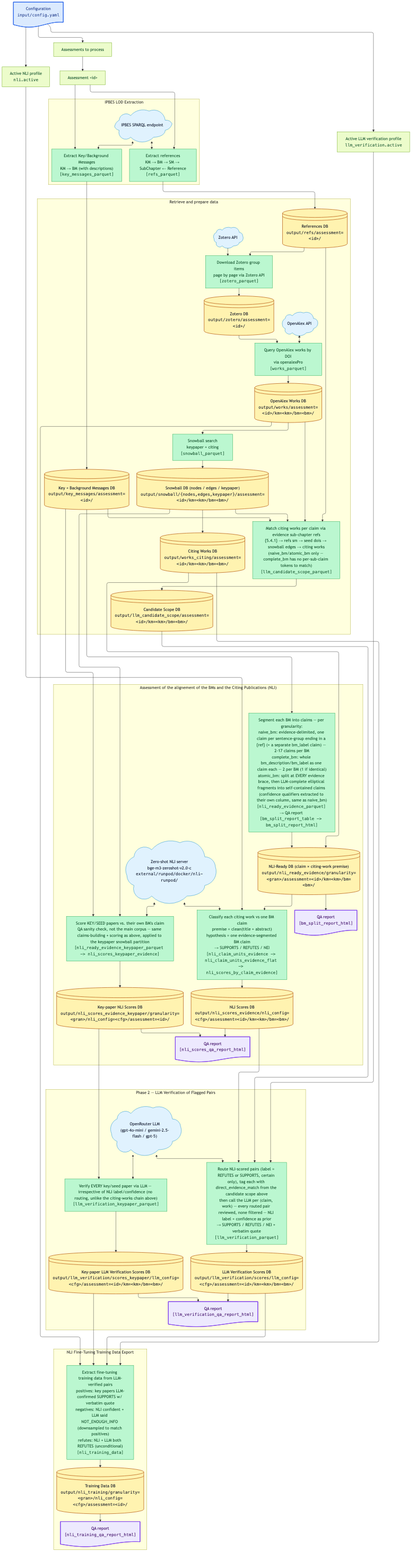
IPBES-Data/IPBES_Knowledge_Discovery keeps this Mermaid diagram as output/figures/workflow_nli.png. Above is the earlier version. Its source is kept beside it as input/mmd/workflow_nli.mmd.
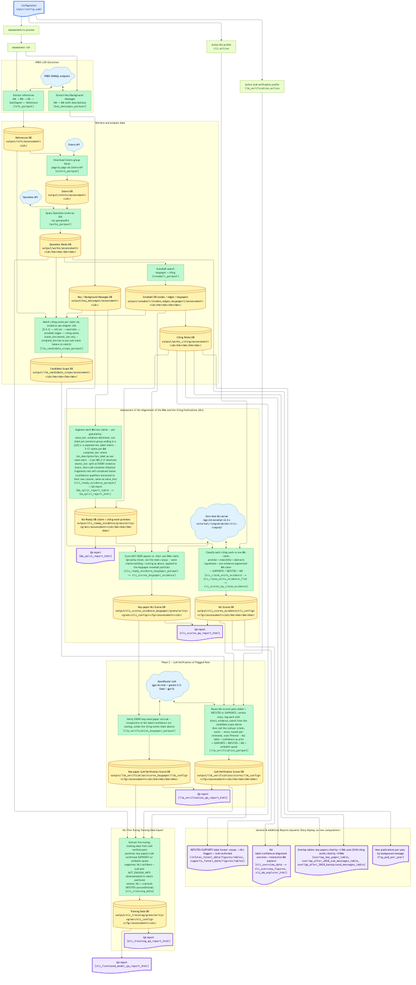
After the change.

Diff of the diagram source:
```diff
@@ -149,6 +149,64 @@
 
   llm_verification --> training_export
 
+  qa_finetuned@{ shape: doc, label: "QA report<br/><tt>[nli_finetuned_model_qa_report_html]</tt>" }
+  training_db --> qa_finetuned
+
+  subgraph general_reports["General & Additional Reports (dynamic Shiny display, no new computation)"]
+    direction TB
+
+    report_overview@{ shape: doc, label: "NLI label/confidence/alignment overview + interactive BM explorer<br/><tt>[nli_overview_data -> nli_overview_figures, nli_bm_explorer_html]</tt>" }
+    report_overlap@{ shape: doc, label: "Overlap tables: key papers cited by >1 BM; post-2018 citing works cited by >5 BMs<br/><tt>[overlap_key_paper_table, overlap_after_2018_sub_messages_table, overlap_after_2018_background_messages_table]</tt>" }
+    report_pub_year@{ shape: doc, label: "New publications per year, by background message<br/><tt>[fig_pub_per_year]</tt>" }
+    report_funnel@{ shape: doc, label: "REFUTES/SUPPORTS label funnel: corpus -&gt; NLI-flagged -&gt; LLM-confirmed<br/><tt>[refutes_funnel_data/figures/tables, supports_funnel_data/figures/tables]</tt>" }
+  end
+
+  nli_scores_db --> report_overview
+  citing_db --> report_overview
+  works_db --> report_overlap
+  citing_db --> report_overlap
+  citing_db --> report_pub_year
+  nli_scores_db --> report_funnel
+  llm_scores_db --> report_funnel
+
+  click refs_db href "#!refs_db" "References DB"
+  click key_messages_db href "#!key_messages_db" "Key + Background Messages DB"
+  click zotero_db href "#!zotero_db" "Zotero DB"
+  click works_db href "#!works_db" "OpenAlex Works DB"
+  click citing_db href "#!citing_db" "Citing Works DB"
+  click snowball_db href "#!snowball_db" "Snowball DB"
+  click llm_scope_db href "#!llm_scope_db" "Candidate Scope DB"
+  click nli_ready_db href "#!nli_ready_db" "NLI-Ready DB"
+  click nli_scores_db href "#!nli_scores_db" "NLI Scores DB"
+  click nli_scores_kp_db href "#!nli_scores_kp_db" "Key-paper NLI Scores DB"
+  click llm_scores_db href "#!llm_scores_db" "LLM Verification Scores DB"
+  click llm_scores_kp_db href "#!llm_scores_kp_db" "Key-paper LLM Verification Scores DB"
+  click training_db href "#!training_db" "Training Data DB"
+
+  click build_refs href "#!build_refs" "Extract references"
+  click build_key_messages href "#!build_key_messages" "Extract Key/Background Messages"
+  click download_zotero href "#!download_zotero" "Download Zotero group items"
+  click download_works href "#!download_works" "Query OpenAlex works by DOI"
+  click snowball href "#!snowball" "Snowball search"
+  click llm_scope href "#!llm_scope" "Match citing works per claim"
+  click nli_segment href "#!nli_segment" "Segment each BM into claims"
+  click nli_scoring href "#!nli_scoring" "Classify each citing work vs one BM claim"
+  click nli_keypaper_scoring href "#!nli_keypaper_scoring" "Score key/seed papers vs their own BM"
+  click llm_verify href "#!llm_verify" "Route + LLM-review flagged pairs"
+  click llm_verify_keypaper href "#!llm_verify_keypaper" "LLM-review every key/seed paper"
+  click training_extract href "#!training_extract" "Extract fine-tuning training data"
+
+  click qa_bm_split href "#!qa_bm_split" "QA report: BM split"
+  click qa_nli_scores href "#!qa_nli_scores" "QA report: NLI scores"
+  click qa_llm_verify href "#!qa_llm_verify" "QA report: LLM verification"
+  click qa_training href "#!qa_training" "QA report: training data"
+  click qa_finetuned href "#!qa_finetuned" "QA report: fine-tuned model"
+
+  click report_overview href "#!report_overview" "NLI overview + BM explorer"
+  click report_overlap href "#!report_overlap" "Overlap tables"
+  click report_pub_year href "#!report_pub_year" "Publications per year"
+  click report_funnel href "#!report_funnel" "REFUTES/SUPPORTS label funnel"
+
   classDef input_file  fill:#dbeafe,stroke:#2563eb,color:#1e3a8a,stroke-width:1.5px;
   classDef config      fill:#ecfccb,stroke:#65a30d,color:#14532d,stroke-width:1px;
   classDef database    fill:#fff3b0,stroke:#b45309,color:#111827,stroke-width:1.5px;
@@ -166,4 +224,4 @@
   class citing_db,refs_db,key_messages_db,zotero_db,works_db,nli_ready_db,nli_scores_db,llm_scope_db,llm_scores_db,llm_scores_kp_db,snowball_db,nli_scores_kp_db,training_db database;
   class build_refs,build_key_messages,download_zotero,download_works,snowball,nli_scoring,nli_segment,nli_keypaper_scoring,llm_scope,llm_verify,llm_verify_keypaper,training_extract processing;
   class sparql,zotero_api,openalex,nli_server,llm_server helper;
-  class qa_bm_split,qa_nli_scores,qa_llm_verify,qa_training qa_report;
+  class qa_bm_split,qa_nli_scores,qa_llm_verify,qa_training,qa_finetuned,report_overview,report_overlap,report_pub_year,report_funnel qa_report;
```
